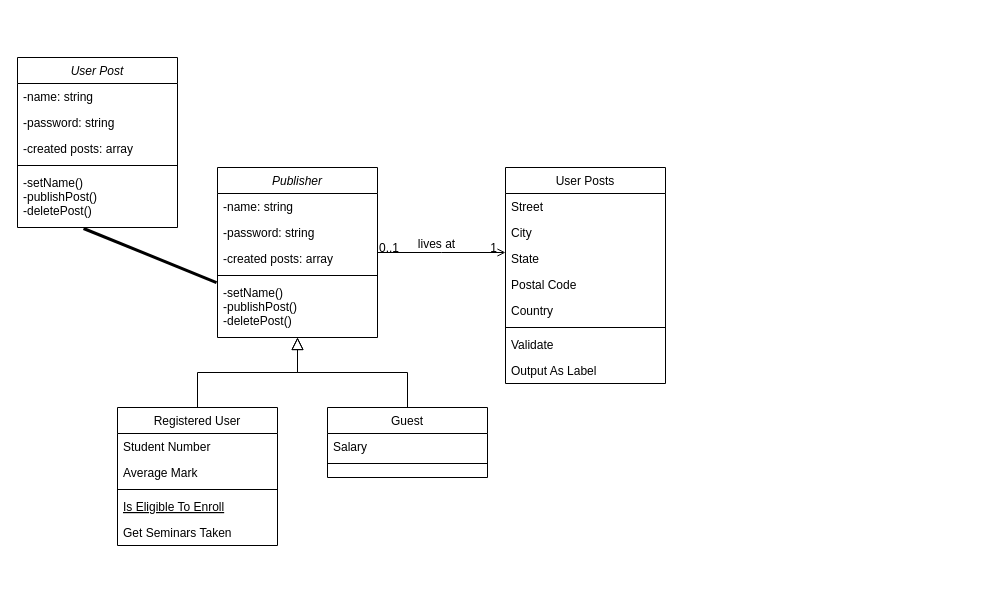
marymakayeva/Practise_project keeps this draw.io diagram as Class diagram.drawio. Above is the earlier version. Source tidied: cells renumbered, new cells numbered last; positions are measured from the earlier drawing's top-left corner, leaving out a move shared by most shapes. Both pictures are drawn from the tidied source at 100%, with x=0, y=0 at pixel (17, 57).
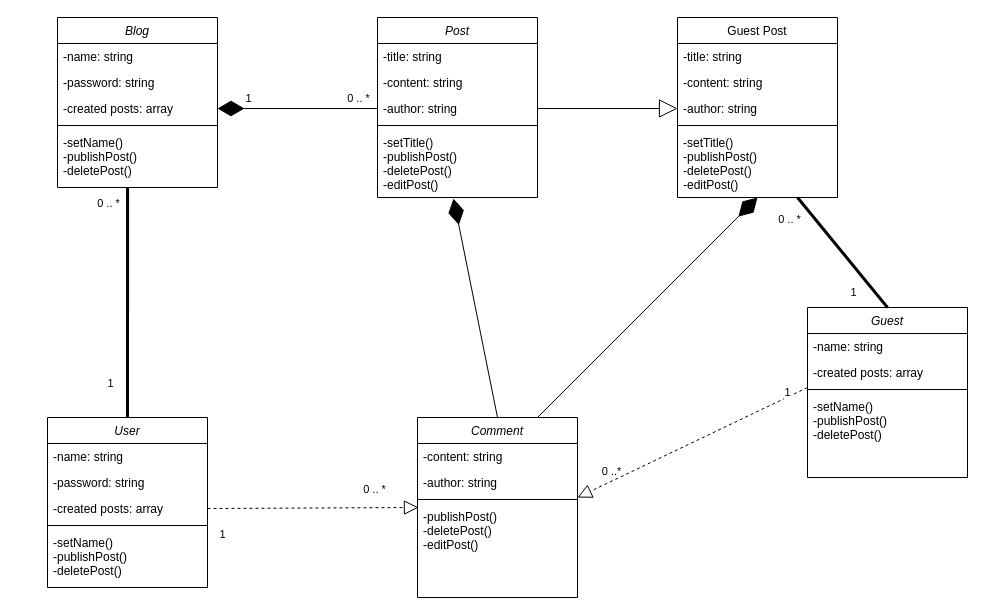
The same diagram, later.

The change refers to these unchanged cells:
```xml
<mxCell id="5" value="-created posts: array" style="text;align=left;verticalAlign=top;spacingLeft=4;spacingRight=4;overflow=hidden;points=[[0,0.5],[1,0.5]];portConstraint=eastwest;rounded=0;shadow=0;html=0;" parent="2" vertex="1">
  <mxGeometry y="78" width="160" height="26" as="geometry" />
</mxCell>
<mxCell id="7" value="-setName()&#10;-publishPost()&#10;-deletePost()&#10;" style="text;align=left;verticalAlign=top;spacingLeft=4;spacingRight=4;overflow=hidden;points=[[0,0.5],[1,0.5]];portConstraint=eastwest;" parent="2" vertex="1">
  <mxGeometry y="112" width="160" height="58" as="geometry" />
</mxCell>
```

What changed in the source:
```diff
@@
-    <mxCell id="2" value="Publisher" style="swimlane;fontStyle=2;align=center;verticalAlign=top;horizontal=1;startSize=26;rounded=0;shadow=0;strokeWidth=1;" parent="1" vertex="1">
-      <mxGeometry x="200" y="110" width="160" height="170" as="geometry" />
+    <mxCell id="2" value="User" style="swimlane;fontStyle=2;align=center;verticalAlign=top;horizontal=1;startSize=26;rounded=0;shadow=0;strokeWidth=1;" parent="1" vertex="1">
+      <mxGeometry x="30" y="360" width="160" height="170" as="geometry" />
     </mxCell>
@@
-    <mxCell id="8" value="Registered User" style="swimlane;fontStyle=0;align=center;verticalAlign=top;horizontal=1;startSize=26;rounded=0;shadow=0;strokeWidth=1;" parent="1" vertex="1">
-      <mxGeometry x="100" y="350" width="160" height="138" as="geometry" />
-    </mxCell>
-    <mxCell id="9" value="Student Number" style="text;align=left;verticalAlign=top;spacingLeft=4;spacingRight=4;overflow=hidden;" parent="8" vertex="1">
-      <mxGeometry y="26" width="160" height="26" as="geometry" />
-    </mxCell>
-    <mxCell id="10" value="Average Mark" style="text;align=left;verticalAlign=top;spacingLeft=4;spacingRight=4;overflow=hidden;rounded=0;shadow=0;html=0;" parent="8" vertex="1">
-      <mxGeometry y="52" width="160" height="26" as="geometry" />
-    </mxCell>
-    <mxCell id="11" style="line;html=1;strokeWidth=1;align=left;verticalAlign=middle;spacingTop=-1;spacingLeft=3;spacingRight=3;labelPosition=right;" parent="8" vertex="1">
-      <mxGeometry y="78" width="160" height="8" as="geometry" />
-    </mxCell>
-    <mxCell id="12" value="Is Eligible To Enroll" style="text;align=left;verticalAlign=top;spacingLeft=4;spacingRight=4;overflow=hidden;fontStyle=4;" parent="8" vertex="1">
-      <mxGeometry y="86" width="160" height="26" as="geometry" />
-    </mxCell>
-    <mxCell id="13" value="Get Seminars Taken" style="text;align=left;verticalAlign=top;spacingLeft=4;spacingRight=4;overflow=hidden;" parent="8" vertex="1">
-      <mxGeometry y="112" width="160" height="26" as="geometry" />
-    </mxCell>
-    <mxCell id="14" style="endArrow=block;endSize=10;endFill=0;shadow=0;strokeWidth=1;rounded=0;curved=0;edgeStyle=elbowEdgeStyle;elbow=vertical;" parent="1" edge="1" source="8" target="2">
-      <mxGeometry relative="1" as="geometry" />
-    </mxCell>
-    <mxCell id="15" value="Guest" style="swimlane;fontStyle=0;align=center;verticalAlign=top;horizontal=1;startSize=26;rounded=0;shadow=0;strokeWidth=1;" parent="1" vertex="1">
-      <mxGeometry x="310" y="350" width="160" height="70" as="geometry" />
-    </mxCell>
-    <mxCell id="16" value="Salary" style="text;align=left;verticalAlign=top;spacingLeft=4;spacingRight=4;overflow=hidden;" parent="15" vertex="1">
-      <mxGeometry y="26" width="160" height="26" as="geometry" />
-    </mxCell>
-    <mxCell id="17" style="line;html=1;strokeWidth=1;align=left;verticalAlign=middle;spacingTop=-1;spacingLeft=3;spacingRight=3;labelPosition=right;" parent="15" vertex="1">
-      <mxGeometry y="52" width="160" height="8" as="geometry" />
-    </mxCell>
-    <mxCell id="18" style="endArrow=block;endSize=10;endFill=0;shadow=0;strokeWidth=1;rounded=0;curved=0;edgeStyle=elbowEdgeStyle;elbow=vertical;" parent="1" edge="1" source="15" target="2">
-      <mxGeometry relative="1" as="geometry" />
-    </mxCell>
-    <mxCell id="19" value="User Posts" style="swimlane;fontStyle=0;align=center;verticalAlign=top;horizontal=1;startSize=26;rounded=0;shadow=0;strokeWidth=1;" parent="1" vertex="1">
-      <mxGeometry x="488" y="110" width="160" height="216" as="geometry" />
+    <mxCell id="19" value="Guest Post" style="swimlane;fontStyle=0;align=center;verticalAlign=top;horizontal=1;startSize=26;rounded=0;shadow=0;strokeWidth=1;" parent="1" vertex="1">
+      <mxGeometry x="660" y="-40" width="160" height="180" as="geometry" />
     </mxCell>
-    <mxCell id="20" value="Street" style="text;align=left;verticalAlign=top;spacingLeft=4;spacingRight=4;overflow=hidden;" parent="19" vertex="1">
+    <mxCell id="20" value="-title: string" style="text;align=left;verticalAlign=top;spacingLeft=4;spacingRight=4;overflow=hidden;" parent="19" vertex="1">
       <mxGeometry y="26" width="160" height="26" as="geometry" />
     </mxCell>
-    <mxCell id="21" value="City" style="text;align=left;verticalAlign=top;spacingLeft=4;spacingRight=4;overflow=hidden;rounded=0;shadow=0;html=0;" parent="19" vertex="1">
+    <mxCell id="21" value="-content: string" style="text;align=left;verticalAlign=top;spacingLeft=4;spacingRight=4;overflow=hidden;rounded=0;shadow=0;html=0;" parent="19" vertex="1">
       <mxGeometry y="52" width="160" height="26" as="geometry" />
     </mxCell>
-    <mxCell id="22" value="State" style="text;align=left;verticalAlign=top;spacingLeft=4;spacingRight=4;overflow=hidden;points=[[0,0.5],[1,0.5]];portConstraint=eastwest;rounded=0;shadow=0;html=0;" parent="19" vertex="1">
+    <mxCell id="22" value="-author: string" style="text;align=left;verticalAlign=top;spacingLeft=4;spacingRight=4;overflow=hidden;points=[[0,0.5],[1,0.5]];portConstraint=eastwest;rounded=0;shadow=0;html=0;" parent="19" vertex="1">
       <mxGeometry y="78" width="160" height="26" as="geometry" />
     </mxCell>
-    <mxCell id="23" value="Postal Code" style="text;align=left;verticalAlign=top;spacingLeft=4;spacingRight=4;overflow=hidden;rounded=0;shadow=0;html=0;" parent="19" vertex="1">
-      <mxGeometry y="104" width="160" height="26" as="geometry" />
-    </mxCell>
-    <mxCell id="24" value="Country" style="text;align=left;verticalAlign=top;spacingLeft=4;spacingRight=4;overflow=hidden;rounded=0;shadow=0;html=0;" parent="19" vertex="1">
-      <mxGeometry y="130" width="160" height="26" as="geometry" />
-    </mxCell>
     <mxCell id="25" style="line;html=1;strokeWidth=1;align=left;verticalAlign=middle;spacingTop=-1;spacingLeft=3;spacingRight=3;labelPosition=right;" parent="19" vertex="1">
-      <mxGeometry y="156" width="160" height="8" as="geometry" />
+      <mxGeometry y="104" width="160" height="8" as="geometry" />
     </mxCell>
-    <mxCell id="26" value="Validate" style="text;align=left;verticalAlign=top;spacingLeft=4;spacingRight=4;overflow=hidden;" parent="19" vertex="1">
-      <mxGeometry y="164" width="160" height="26" as="geometry" />
+    <mxCell id="26" value="-setTitle()&#10;-publishPost()&#10;-deletePost()&#10;-editPost()&#10;" style="text;align=left;verticalAlign=top;spacingLeft=4;spacingRight=4;overflow=hidden;" parent="19" vertex="1">
+      <mxGeometry y="112" width="160" height="58" as="geometry" />
     </mxCell>
-    <mxCell id="27" value="Output As Label" style="text;align=left;verticalAlign=top;spacingLeft=4;spacingRight=4;overflow=hidden;" parent="19" vertex="1">
-      <mxGeometry y="190" width="160" height="26" as="geometry" />
-    </mxCell>
-    <mxCell id="28" style="endArrow=open;shadow=0;strokeWidth=1;rounded=0;curved=0;endFill=1;edgeStyle=elbowEdgeStyle;elbow=vertical;" parent="1" edge="1" source="2" target="19">
-      <mxGeometry x="0.5" y="41" relative="1" as="geometry">
-        <mxPoint x="-40" y="32" as="offset" />
-      </mxGeometry>
-    </mxCell>
-    <mxCell id="29" value="0..1" style="align=left;verticalAlign=bottom;labelBackgroundColor=none;fontSize=12;" parent="28" vertex="1">
-      <mxGeometry x="-1" relative="1" as="geometry">
-        <mxPoint y="4" as="offset" />
-      </mxGeometry>
-    </mxCell>
-    <mxCell id="30" value="1" style="align=right;verticalAlign=bottom;labelBackgroundColor=none;fontSize=12;" parent="28" vertex="1">
-      <mxGeometry x="1" relative="1" as="geometry">
-        <mxPoint x="-7" y="4" as="offset" />
-      </mxGeometry>
-    </mxCell>
-    <mxCell id="31" value="lives at" style="text;html=1;align=center;verticalAlign=middle;labelBackgroundColor=none;rounded=0;shadow=0;strokeWidth=1;fontSize=12;" parent="28" vertex="1">
-      <mxGeometry x="0.5" y="49" relative="1" as="geometry">
-        <mxPoint x="-38" y="40" as="offset" />
-      </mxGeometry>
-    </mxCell>
-    <mxCell id="32" value="User Post" style="swimlane;fontStyle=2;align=center;verticalAlign=top;horizontal=1;startSize=26;rounded=0;shadow=0;strokeWidth=1;" parent="1" vertex="1">
-      <mxGeometry width="160" height="170" as="geometry" />
+    <mxCell id="32" value="Post" style="swimlane;fontStyle=2;align=center;verticalAlign=top;horizontal=1;startSize=26;rounded=0;shadow=0;strokeWidth=1;" parent="1" vertex="1">
+      <mxGeometry x="360" y="-40" width="160" height="180" as="geometry" />
     </mxCell>
-    <mxCell id="33" value="-name: string" style="text;align=left;verticalAlign=top;spacingLeft=4;spacingRight=4;overflow=hidden;" parent="32" vertex="1">
+    <mxCell id="33" value="-title: string" style="text;align=left;verticalAlign=top;spacingLeft=4;spacingRight=4;overflow=hidden;" parent="32" vertex="1">
       <mxGeometry y="26" width="160" height="26" as="geometry" />
     </mxCell>
-    <mxCell id="34" value="-password: string" style="text;align=left;verticalAlign=top;spacingLeft=4;spacingRight=4;overflow=hidden;rounded=0;shadow=0;html=0;" parent="32" vertex="1">
+    <mxCell id="34" value="-content: string" style="text;align=left;verticalAlign=top;spacingLeft=4;spacingRight=4;overflow=hidden;rounded=0;shadow=0;html=0;" parent="32" vertex="1">
       <mxGeometry y="52" width="160" height="26" as="geometry" />
     </mxCell>
-    <mxCell id="35" value="-created posts: array" style="text;align=left;verticalAlign=top;spacingLeft=4;spacingRight=4;overflow=hidden;points=[[0,0.5],[1,0.5]];portConstraint=eastwest;rounded=0;shadow=0;html=0;" parent="32" vertex="1">
+    <mxCell id="35" value="-author: string" style="text;align=left;verticalAlign=top;spacingLeft=4;spacingRight=4;overflow=hidden;points=[[0,0.5],[1,0.5]];portConstraint=eastwest;rounded=0;shadow=0;html=0;" parent="32" vertex="1">
       <mxGeometry y="78" width="160" height="26" as="geometry" />
     </mxCell>
@@
-    <mxCell id="37" value="-setName()&#10;-publishPost()&#10;-deletePost()&#10;" style="text;align=left;verticalAlign=top;spacingLeft=4;spacingRight=4;overflow=hidden;points=[[0,0.5],[1,0.5]];portConstraint=eastwest;" parent="32" vertex="1">
-      <mxGeometry y="112" width="160" height="58" as="geometry" />
+    <mxCell id="37" value="-setTitle()&#10;-publishPost()&#10;-deletePost()&#10;-editPost()&#10;" style="text;align=left;verticalAlign=top;spacingLeft=4;spacingRight=4;overflow=hidden;points=[[0,0.5],[1,0.5]];portConstraint=eastwest;" parent="32" vertex="1">
+      <mxGeometry y="112" width="160" height="68" as="geometry" />
     </mxCell>
-    <mxCell id="38" style="endArrow=none;startArrow=none;endFill=0;startFill=0;endSize=8;html=1;verticalAlign=bottom;labelBackgroundColor=none;strokeWidth=3;rounded=0;exitX=0.413;exitY=1.017;exitDx=0;exitDy=0;exitPerimeter=0;entryX=-0.006;entryY=0.052;entryDx=0;entryDy=0;entryPerimeter=0;" parent="1" edge="1" source="37" target="7">
+    <mxCell id="38" style="endArrow=none;startArrow=none;endFill=0;startFill=0;endSize=8;html=1;verticalAlign=bottom;labelBackgroundColor=none;strokeWidth=3;rounded=0;entryX=0.5;entryY=0;entryDx=0;entryDy=0;exitX=0.438;exitY=1;exitDx=0;exitDy=0;exitPerimeter=0;" parent="1" edge="1" source="53" target="2">
       <mxGeometry relative="1" as="geometry" />
     </mxCell>
+    <mxCell id="39" value="1" style="edgeLabel;html=1;align=center;verticalAlign=middle;" parent="38" vertex="1">
+      <mxGeometry x="0.53" y="4" relative="1" as="geometry">
+        <mxPoint x="-22" y="19" as="offset" />
+      </mxGeometry>
+    </mxCell>
+    <mxCell id="40" value="0 .. *" style="edgeLabel;html=1;align=center;verticalAlign=middle;" parent="38" vertex="1">
+      <mxGeometry x="-0.8" y="3" relative="1" as="geometry">
+        <mxPoint x="-23" y="-8" as="offset" />
+      </mxGeometry>
+    </mxCell>
+    <mxCell id="15" value="Guest" style="swimlane;fontStyle=2;align=center;verticalAlign=top;horizontal=1;startSize=26;rounded=0;shadow=0;strokeWidth=1;" parent="1" vertex="1">
+      <mxGeometry x="790" y="250" width="160" height="170" as="geometry" />
+    </mxCell>
+    <mxCell id="41" value="-name: string" style="text;align=left;verticalAlign=top;spacingLeft=4;spacingRight=4;overflow=hidden;" parent="15" vertex="1">
+      <mxGeometry y="26" width="160" height="26" as="geometry" />
+    </mxCell>
+    <mxCell id="42" value="-created posts: array" style="text;align=left;verticalAlign=top;spacingLeft=4;spacingRight=4;overflow=hidden;rounded=0;shadow=0;html=0;" parent="15" vertex="1">
+      <mxGeometry y="52" width="160" height="26" as="geometry" />
+    </mxCell>
+    <mxCell id="43" style="line;html=1;strokeWidth=1;align=left;verticalAlign=middle;spacingTop=-1;spacingLeft=3;spacingRight=3;labelPosition=right;" parent="15" vertex="1">
+      <mxGeometry y="78" width="160" height="8" as="geometry" />
+    </mxCell>
+    <mxCell id="44" value="-setName()&#10;-publishPost()&#10;-deletePost()&#10;" style="text;align=left;verticalAlign=top;spacingLeft=4;spacingRight=4;overflow=hidden;points=[[0,0.5],[1,0.5]];portConstraint=eastwest;" parent="15" vertex="1">
+      <mxGeometry y="86" width="160" height="58" as="geometry" />
+    </mxCell>
+    <mxCell id="45" style="endArrow=none;startArrow=none;endFill=0;startFill=0;endSize=8;html=1;verticalAlign=bottom;labelBackgroundColor=none;strokeWidth=3;rounded=0;entryX=0.5;entryY=0;entryDx=0;entryDy=0;exitX=0.75;exitY=1;exitDx=0;exitDy=0;" parent="1" edge="1" source="19" target="15">
+      <mxGeometry relative="1" as="geometry" />
+    </mxCell>
+    <mxCell id="46" value="0 .. *" style="edgeLabel;html=1;align=center;verticalAlign=middle;" parent="45" vertex="1">
+      <mxGeometry x="-0.63" y="-2" relative="1" as="geometry">
+        <mxPoint x="-23" as="offset" />
+      </mxGeometry>
+    </mxCell>
+    <mxCell id="47" value="1" style="edgeLabel;html=1;align=center;verticalAlign=middle;" parent="45" vertex="1">
+      <mxGeometry x="0.72" relative="1" as="geometry">
+        <mxPoint x="-22" as="offset" />
+      </mxGeometry>
+    </mxCell>
+    <mxCell id="48" value="Blog" style="swimlane;fontStyle=2;align=center;verticalAlign=top;horizontal=1;startSize=26;rounded=0;shadow=0;strokeWidth=1;" parent="1" vertex="1">
+      <mxGeometry x="40" y="-40" width="160" height="170" as="geometry" />
+    </mxCell>
+    <mxCell id="49" value="-name: string" style="text;align=left;verticalAlign=top;spacingLeft=4;spacingRight=4;overflow=hidden;" parent="48" vertex="1">
+      <mxGeometry y="26" width="160" height="26" as="geometry" />
+    </mxCell>
+    <mxCell id="50" value="-password: string" style="text;align=left;verticalAlign=top;spacingLeft=4;spacingRight=4;overflow=hidden;rounded=0;shadow=0;html=0;" parent="48" vertex="1">
+      <mxGeometry y="52" width="160" height="26" as="geometry" />
+    </mxCell>
+    <mxCell id="51" value="-created posts: array" style="text;align=left;verticalAlign=top;spacingLeft=4;spacingRight=4;overflow=hidden;points=[[0,0.5],[1,0.5]];portConstraint=eastwest;rounded=0;shadow=0;html=0;" parent="48" vertex="1">
+      <mxGeometry y="78" width="160" height="26" as="geometry" />
+    </mxCell>
+    <mxCell id="52" style="line;html=1;strokeWidth=1;align=left;verticalAlign=middle;spacingTop=-1;spacingLeft=3;spacingRight=3;labelPosition=right;" parent="48" vertex="1">
+      <mxGeometry y="104" width="160" height="8" as="geometry" />
+    </mxCell>
+    <mxCell id="53" value="-setName()&#10;-publishPost()&#10;-deletePost()&#10;" style="text;align=left;verticalAlign=top;spacingLeft=4;spacingRight=4;overflow=hidden;points=[[0,0.5],[1,0.5]];portConstraint=eastwest;" parent="48" vertex="1">
+      <mxGeometry y="112" width="160" height="58" as="geometry" />
+    </mxCell>
+    <mxCell id="54" value="Comment" style="swimlane;fontStyle=2;align=center;verticalAlign=top;horizontal=1;startSize=26;rounded=0;shadow=0;strokeWidth=1;" parent="1" vertex="1">
+      <mxGeometry x="400" y="360" width="160" height="180" as="geometry" />
+    </mxCell>
+    <mxCell id="55" value="-content: string" style="text;align=left;verticalAlign=top;spacingLeft=4;spacingRight=4;overflow=hidden;rounded=0;shadow=0;html=0;" parent="54" vertex="1">
+      <mxGeometry y="26" width="160" height="26" as="geometry" />
+    </mxCell>
+    <mxCell id="56" value="-author: string" style="text;align=left;verticalAlign=top;spacingLeft=4;spacingRight=4;overflow=hidden;points=[[0,0.5],[1,0.5]];portConstraint=eastwest;rounded=0;shadow=0;html=0;" parent="54" vertex="1">
+      <mxGeometry y="52" width="160" height="26" as="geometry" />
+    </mxCell>
+    <mxCell id="57" style="line;html=1;strokeWidth=1;align=left;verticalAlign=middle;spacingTop=-1;spacingLeft=3;spacingRight=3;labelPosition=right;" parent="54" vertex="1">
+      <mxGeometry y="78" width="160" height="8" as="geometry" />
+    </mxCell>
+    <mxCell id="58" value="-publishPost()&#10;-deletePost()&#10;-editPost()&#10;" style="text;align=left;verticalAlign=top;spacingLeft=4;spacingRight=4;overflow=hidden;points=[[0,0.5],[1,0.5]];portConstraint=eastwest;" parent="54" vertex="1">
+      <mxGeometry y="86" width="160" height="68" as="geometry" />
+    </mxCell>
+    <mxCell id="59" style="endArrow=diamondThin;endFill=1;endSize=24;html=1;rounded=0;entryX=1;entryY=0.5;entryDx=0;entryDy=0;exitX=0;exitY=0.5;exitDx=0;exitDy=0;" parent="1" edge="1" source="35" target="51">
+      <mxGeometry relative="1" as="geometry" />
+    </mxCell>
+    <mxCell id="60" value="1" style="edgeLabel;html=1;align=center;verticalAlign=middle;" parent="59" vertex="1">
+      <mxGeometry x="0.62" relative="1" as="geometry">
+        <mxPoint y="-11" as="offset" />
+      </mxGeometry>
+    </mxCell>
+    <mxCell id="61" value="0 .. *" style="edgeLabel;html=1;align=center;verticalAlign=middle;" parent="59" vertex="1">
+      <mxGeometry x="-0.58" y="2" relative="1" as="geometry">
+        <mxPoint x="14" y="-13" as="offset" />
+      </mxGeometry>
+    </mxCell>
+    <mxCell id="62" style="endArrow=block;endSize=16;endFill=0;html=1;rounded=0;exitX=1;exitY=0.5;exitDx=0;exitDy=0;entryX=0;entryY=0.5;entryDx=0;entryDy=0;" parent="1" edge="1" source="35" target="22">
+      <mxGeometry relative="1" as="geometry" />
+    </mxCell>
+    <mxCell id="63" style="endArrow=block;dashed=1;endFill=0;endSize=12;html=1;rounded=0;exitX=1;exitY=0.5;exitDx=0;exitDy=0;entryX=0.006;entryY=0.059;entryDx=0;entryDy=0;entryPerimeter=0;" parent="1" edge="1" source="5" target="58">
+      <mxGeometry relative="1" as="geometry" />
+    </mxCell>
+    <mxCell id="64" value="1" style="edgeLabel;html=1;align=center;verticalAlign=middle;" parent="63" vertex="1">
+      <mxGeometry x="-0.16" y="-1" relative="1" as="geometry">
+        <mxPoint x="-75" y="25" as="offset" />
+      </mxGeometry>
+    </mxCell>
+    <mxCell id="65" value="0 .. *" style="edgeLabel;html=1;align=center;verticalAlign=middle;" parent="63" vertex="1">
+      <mxGeometry x="0.47" relative="1" as="geometry">
+        <mxPoint x="12" y="-19" as="offset" />
+      </mxGeometry>
+    </mxCell>
+    <mxCell id="66" style="endArrow=block;dashed=1;endFill=0;endSize=12;html=1;rounded=0;exitX=0;exitY=-0.103;exitDx=0;exitDy=0;entryX=1;entryY=1.077;entryDx=0;entryDy=0;entryPerimeter=0;exitPerimeter=0;" parent="1" edge="1" source="44" target="56">
+      <mxGeometry relative="1" as="geometry" />
+    </mxCell>
+    <mxCell id="67" value="0 ..*" style="edgeLabel;html=1;align=center;verticalAlign=middle;" parent="66" vertex="1">
+      <mxGeometry x="0.71" y="1" relative="1" as="geometry">
+        <mxPoint y="-11" as="offset" />
+      </mxGeometry>
+    </mxCell>
+    <mxCell id="68" value="1" style="edgeLabel;html=1;align=center;verticalAlign=middle;" parent="66" vertex="1">
+      <mxGeometry x="-0.73" y="-1" relative="1" as="geometry">
+        <mxPoint x="11" y="-9" as="offset" />
+      </mxGeometry>
+    </mxCell>
+    <mxCell id="69" style="endArrow=diamondThin;endFill=1;endSize=24;html=1;rounded=0;exitX=0.5;exitY=0;exitDx=0;exitDy=0;entryX=0.475;entryY=1.015;entryDx=0;entryDy=0;entryPerimeter=0;" parent="1" edge="1" source="54" target="37">
+      <mxGeometry relative="1" as="geometry" />
+    </mxCell>
+    <mxCell id="70" style="endArrow=diamondThin;endFill=1;endSize=24;html=1;rounded=0;entryX=0.5;entryY=1;entryDx=0;entryDy=0;exitX=0.75;exitY=0;exitDx=0;exitDy=0;" parent="1" edge="1" source="54" target="19">
+      <mxGeometry relative="1" as="geometry" />
+    </mxCell>
```
